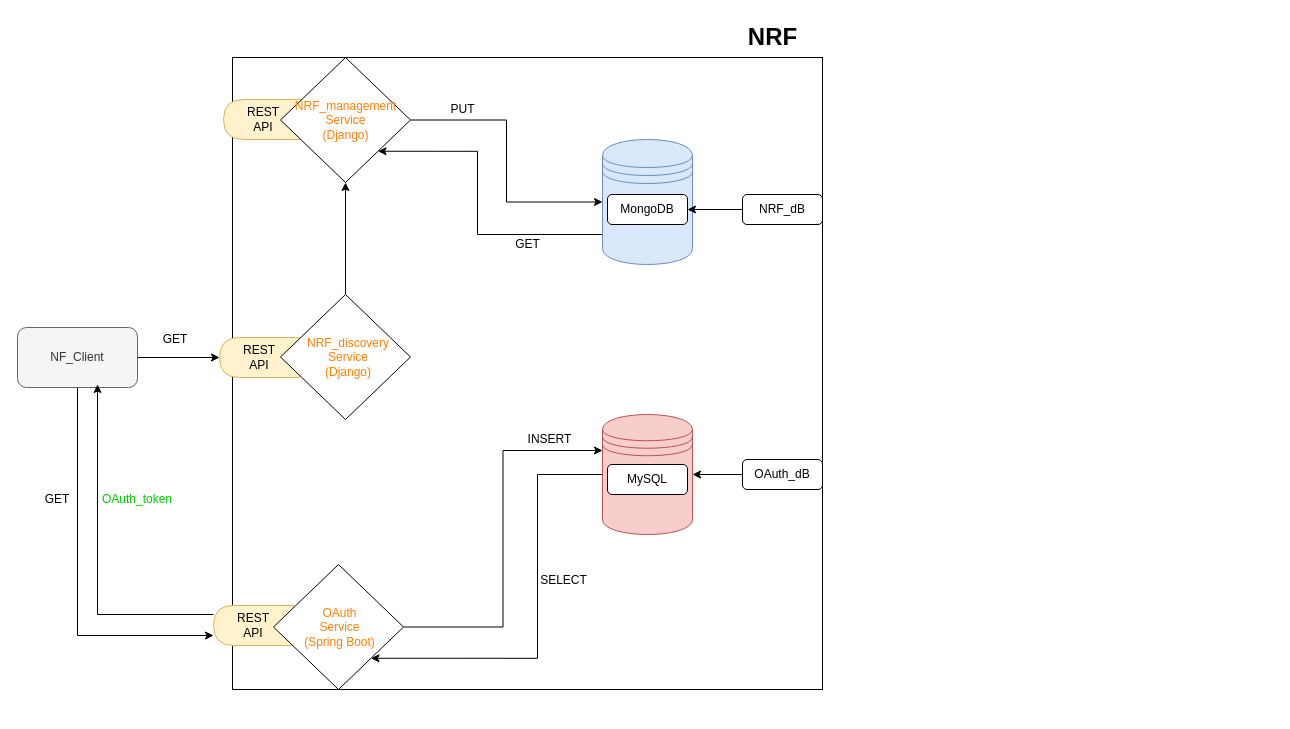
Above: 5GCLab Architecture.drawio in MoussaaK/drf (draw.io), before the change. Source tidied: cells renumbered, new cells numbered last; positions are measured from the earlier drawing's top-left corner, leaving out a move shared by most shapes. Both pictures are drawn from the tidied source at 100%, with x=0, y=0 at pixel (17, 17).
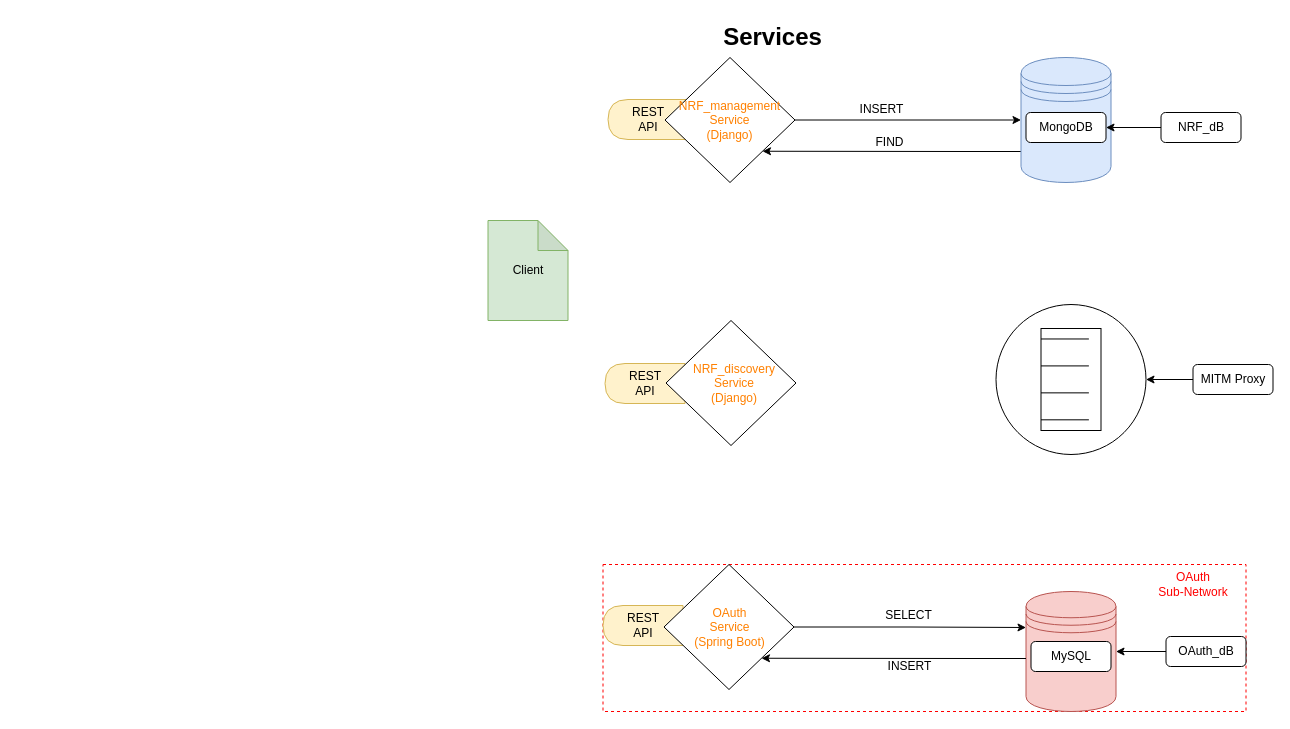
The same page after the edit.

What changed in the source:
```diff
@@
-    <mxCell id="2" style="group;strokeColor=#000000;" parent="1" vertex="1">
-      <mxGeometry x="215" y="40" width="590" height="632" as="geometry" />
-    </mxCell>
+    <mxCell id="29" value="Services" style="text;strokeColor=none;fillColor=none;html=1;fontSize=24;fontStyle=1;verticalAlign=middle;align=center;" parent="1" vertex="1">
+      <mxGeometry x="705" width="100" height="40" as="geometry" />
+    </mxCell>
-    <mxCell id="3" style="edgeStyle=orthogonalEdgeStyle;rounded=0;jettySize=auto;html=1;entryX=1;entryY=1;entryDx=0;entryDy=0;" parent="2" edge="1" source="4" target="15">
+    <mxCell id="3" style="edgeStyle=orthogonalEdgeStyle;rounded=0;jettySize=auto;html=1;entryX=1;entryY=1;entryDx=0;entryDy=0;" parent="1" edge="1" source="4" target="15">
       <mxGeometry relative="1" as="geometry">
         <Array as="points">
-          <mxPoint x="245" y="177" />
-          <mxPoint x="245" y="94" />
+          <mxPoint x="948.5" y="134" />
+          <mxPoint x="948.5" y="134" />
         </Array>
       </mxGeometry>
     </mxCell>
-    <mxCell id="4" style="shape=datastore;whiteSpace=wrap;html=1;fillColor=#dae8fc;strokeColor=#6c8ebf;" parent="2" vertex="1">
-      <mxGeometry x="370" y="82" width="90" height="125" as="geometry" />
+    <mxCell id="4" style="shape=datastore;whiteSpace=wrap;html=1;fillColor=#dae8fc;strokeColor=#6c8ebf;" parent="1" vertex="1">
+      <mxGeometry x="1003.5" y="40" width="90" height="125" as="geometry" />
     </mxCell>
-    <mxCell id="5" value="MongoDB" style="rounded=1;whiteSpace=wrap;html=1;fillColor=#ffffff;gradientColor=none;" parent="2" vertex="1">
-      <mxGeometry x="375" y="137" width="80" height="30" as="geometry" />
+    <mxCell id="5" value="MongoDB" style="rounded=1;whiteSpace=wrap;html=1;fillColor=#ffffff;gradientColor=none;" parent="1" vertex="1">
+      <mxGeometry x="1008.5" y="95" width="80" height="30" as="geometry" />
     </mxCell>
-    <mxCell id="6" style="edgeStyle=orthogonalEdgeStyle;rounded=0;jettySize=auto;html=1;" parent="2" edge="1" source="7" target="5">
+    <mxCell id="6" style="edgeStyle=orthogonalEdgeStyle;rounded=0;jettySize=auto;html=1;" parent="1" edge="1" source="7" target="5">
       <mxGeometry relative="1" as="geometry" />
     </mxCell>
-    <mxCell id="7" value="NRF_dB&lt;br&gt;" style="rounded=1;whiteSpace=wrap;html=1;fillColor=#ffffff;gradientColor=none;" parent="2" vertex="1">
-      <mxGeometry x="510" y="137" width="80" height="30" as="geometry" />
+    <mxCell id="7" value="NRF_dB&lt;br&gt;" style="rounded=1;whiteSpace=wrap;html=1;fillColor=#ffffff;gradientColor=none;" parent="1" vertex="1">
+      <mxGeometry x="1143.5" y="95" width="80" height="30" as="geometry" />
     </mxCell>
+    <mxCell id="14" style="edgeStyle=orthogonalEdgeStyle;rounded=0;jettySize=auto;html=1;" parent="1" edge="1" source="15" target="4">
+      <mxGeometry relative="1" as="geometry" />
+    </mxCell>
+    <mxCell id="25" value="INSERT" style="text;html=1;strokeColor=none;fillColor=none;align=center;verticalAlign=middle;whiteSpace=wrap;rounded=0;" parent="1" vertex="1">
+      <mxGeometry x="831.5" y="82" width="65" height="20" as="geometry" />
+    </mxCell>
+    <mxCell id="37" value="FIND" style="text;html=1;strokeColor=none;fillColor=none;align=center;verticalAlign=middle;whiteSpace=wrap;rounded=0;" parent="1" vertex="1">
+      <mxGeometry x="839.5" y="115" width="65" height="20" as="geometry" />
+    </mxCell>
+    <mxCell id="38" style="group;strokeColor=none;" parent="1" vertex="1">
+      <mxGeometry x="656.5" y="40" width="197" height="632" as="geometry" />
+    </mxCell>
+    <mxCell id="39" style="group;dashed=1;strokeColor=#FF0000;" parent="1" vertex="1">
+      <mxGeometry x="585.5" y="547" width="643" height="147" as="geometry" />
+    </mxCell>
+    <mxCell id="9" style="shape=datastore;whiteSpace=wrap;html=1;fillColor=#f8cecc;strokeColor=#b85450;" parent="39" vertex="1">
+      <mxGeometry x="423" y="27" width="90" height="120" as="geometry" />
+    </mxCell>
+    <mxCell id="11" value="OAuth_dB" style="rounded=1;whiteSpace=wrap;html=1;fillColor=#ffffff;gradientColor=none;" parent="39" vertex="1">
+      <mxGeometry x="563" y="72" width="80" height="30" as="geometry" />
+    </mxCell>
+    <mxCell id="10" style="edgeStyle=orthogonalEdgeStyle;rounded=0;jettySize=auto;html=1;" parent="39" edge="1" source="11" target="9">
+      <mxGeometry relative="1" as="geometry" />
+    </mxCell>
+    <mxCell id="12" value="MySQL" style="rounded=1;whiteSpace=wrap;html=1;fillColor=#ffffff;gradientColor=none;" parent="39" vertex="1">
+      <mxGeometry x="428" y="77" width="80" height="30" as="geometry" />
+    </mxCell>
+    <mxCell id="22" style="edgeStyle=orthogonalEdgeStyle;rounded=0;jettySize=auto;html=1;entryX=0;entryY=0.3;entryDx=0;entryDy=0;" parent="39" edge="1" source="23" target="9">
+      <mxGeometry relative="1" as="geometry" />
+    </mxCell>
+    <mxCell id="27" value="INSERT" style="text;html=1;strokeColor=none;fillColor=none;align=center;verticalAlign=middle;whiteSpace=wrap;rounded=0;" parent="39" vertex="1">
+      <mxGeometry x="274.5" y="92" width="65" height="20" as="geometry" />
+    </mxCell>
+    <mxCell id="28" value="SELECT" style="text;html=1;strokeColor=none;fillColor=none;align=center;verticalAlign=middle;whiteSpace=wrap;rounded=0;" parent="39" vertex="1">
+      <mxGeometry x="273" y="41" width="65" height="20" as="geometry" />
+    </mxCell>
-    <mxCell id="8" style="edgeStyle=orthogonalEdgeStyle;rounded=0;jettySize=auto;html=1;entryX=1;entryY=1;entryDx=0;entryDy=0;" parent="2" edge="1" source="9" target="23">
+    <mxCell id="8" style="edgeStyle=orthogonalEdgeStyle;rounded=0;jettySize=auto;html=1;entryX=1;entryY=1;entryDx=0;entryDy=0;" parent="39" edge="1" source="9" target="23">
       <mxGeometry relative="1" as="geometry">
         <Array as="points">
-          <mxPoint x="305" y="417" />
-          <mxPoint x="305" y="601" />
+          <mxPoint x="368" y="94" />
+          <mxPoint x="368" y="94" />
         </Array>
       </mxGeometry>
     </mxCell>
-    <mxCell id="9" style="shape=datastore;whiteSpace=wrap;html=1;fillColor=#f8cecc;strokeColor=#b85450;" parent="2" vertex="1">
-      <mxGeometry x="370" y="357" width="90" height="120" as="geometry" />
-    </mxCell>
-    <mxCell id="10" style="edgeStyle=orthogonalEdgeStyle;rounded=0;jettySize=auto;html=1;" parent="2" edge="1" source="11" target="9">
-      <mxGeometry relative="1" as="geometry" />
-    </mxCell>
-    <mxCell id="11" value="OAuth_dB" style="rounded=1;whiteSpace=wrap;html=1;fillColor=#ffffff;gradientColor=none;" parent="2" vertex="1">
-      <mxGeometry x="510" y="402" width="80" height="30" as="geometry" />
-    </mxCell>
-    <mxCell id="12" value="MySQL" style="rounded=1;whiteSpace=wrap;html=1;fillColor=#ffffff;gradientColor=none;" parent="2" vertex="1">
-      <mxGeometry x="375" y="407" width="80" height="30" as="geometry" />
-    </mxCell>
+    <mxCell id="40" style="group;" parent="39" vertex="1">
+      <mxGeometry width="191" height="125" as="geometry" />
+    </mxCell>
+    <mxCell id="18" value="REST&lt;br&gt;API&lt;br&gt;" style="shape=delay;whiteSpace=wrap;html=1;strokeColor=#d6b656;fillColor=#fff2cc;direction=west;" parent="40" vertex="1">
+      <mxGeometry y="41" width="80" height="40" as="geometry" />
+    </mxCell>
+    <mxCell id="23" style="rhombus;whiteSpace=wrap;html=1;" parent="40" vertex="1">
+      <mxGeometry x="61" width="130" height="125" as="geometry" />
+    </mxCell>
+    <mxCell id="24" value="&lt;font color=&quot;#ff8000&quot;&gt;OAuth&lt;br&gt;Service&lt;br&gt;(Spring Boot)&lt;/font&gt;&lt;br&gt;" style="text;html=1;strokeColor=none;fillColor=none;align=center;verticalAlign=middle;whiteSpace=wrap;rounded=0;" parent="40" vertex="1">
+      <mxGeometry x="90" y="45" width="73" height="35" as="geometry" />
+    </mxCell>
+    <mxCell id="41" value="&lt;font color=&quot;#ff0000&quot;&gt;OAuth&lt;br&gt;Sub-Network&lt;/font&gt;" style="text;html=1;strokeColor=none;fillColor=none;align=center;verticalAlign=middle;whiteSpace=wrap;rounded=0;dashed=1;" parent="39" vertex="1">
+      <mxGeometry x="540" y="5" width="100" height="30" as="geometry" />
+    </mxCell>
+    <mxCell id="42" style="group;" parent="1" vertex="1">
+      <mxGeometry x="470.5" y="40" width="785" height="397" as="geometry" />
+    </mxCell>
+    <mxCell id="43" style="group;" parent="42" vertex="1">
+      <mxGeometry x="120" width="187" height="125" as="geometry" />
+    </mxCell>
-    <mxCell id="13" value="REST&lt;br&gt;API&lt;br&gt;" style="shape=delay;whiteSpace=wrap;html=1;strokeColor=#d6b656;fillColor=#fff2cc;direction=west;" parent="2" vertex="1">
-      <mxGeometry x="-9" y="42" width="80" height="40" as="geometry" />
+    <mxCell id="13" value="REST&lt;br&gt;API&lt;br&gt;" style="shape=delay;whiteSpace=wrap;html=1;strokeColor=#d6b656;fillColor=#fff2cc;direction=west;" parent="43" vertex="1">
+      <mxGeometry y="42" width="80" height="40" as="geometry" />
     </mxCell>
-    <mxCell id="14" style="edgeStyle=orthogonalEdgeStyle;rounded=0;jettySize=auto;html=1;" parent="2" edge="1" source="15" target="4">
-      <mxGeometry relative="1" as="geometry" />
-    </mxCell>
-    <mxCell id="15" style="rhombus;whiteSpace=wrap;html=1;" parent="2" vertex="1">
-      <mxGeometry x="48" width="130" height="125" as="geometry" />
+    <mxCell id="15" style="rhombus;whiteSpace=wrap;html=1;" parent="43" vertex="1">
+      <mxGeometry x="57" width="130" height="125" as="geometry" />
     </mxCell>
-    <mxCell id="16" value="&lt;font color=&quot;#ff8000&quot;&gt;NRF_management&lt;br&gt;Service&lt;br&gt;(Django)&lt;/font&gt;&lt;br&gt;" style="text;html=1;strokeColor=none;fillColor=none;align=center;verticalAlign=middle;whiteSpace=wrap;rounded=0;" parent="2" vertex="1">
-      <mxGeometry x="85.5" y="45" width="55" height="35" as="geometry" />
+    <mxCell id="16" value="&lt;font color=&quot;#ff8000&quot;&gt;NRF_management&lt;br&gt;Service&lt;br&gt;(Django)&lt;/font&gt;&lt;br&gt;" style="text;html=1;strokeColor=none;fillColor=none;align=center;verticalAlign=middle;whiteSpace=wrap;rounded=0;" parent="43" vertex="1">
+      <mxGeometry x="94.5" y="45" width="55" height="35" as="geometry" />
     </mxCell>
-    <mxCell id="17" value="REST&lt;br&gt;API&lt;br&gt;" style="shape=delay;whiteSpace=wrap;html=1;strokeColor=#d6b656;fillColor=#fff2cc;direction=west;" parent="2" vertex="1">
-      <mxGeometry x="-13" y="280" width="80" height="40" as="geometry" />
+    <mxCell id="17" value="REST&lt;br&gt;API&lt;br&gt;" style="shape=delay;whiteSpace=wrap;html=1;strokeColor=#d6b656;fillColor=#fff2cc;direction=west;" parent="42" vertex="1">
+      <mxGeometry x="117" y="306" width="80" height="40" as="geometry" />
     </mxCell>
-    <mxCell id="18" value="REST&lt;br&gt;API&lt;br&gt;" style="shape=delay;whiteSpace=wrap;html=1;strokeColor=#d6b656;fillColor=#fff2cc;direction=west;" parent="2" vertex="1">
-      <mxGeometry x="-19" y="548" width="80" height="40" as="geometry" />
-    </mxCell>
-    <mxCell id="19" style="edgeStyle=orthogonalEdgeStyle;rounded=0;jettySize=auto;html=1;entryX=0.5;entryY=1;entryDx=0;entryDy=0;" parent="2" edge="1" source="20" target="15">
-      <mxGeometry relative="1" as="geometry" />
-    </mxCell>
-    <mxCell id="20" style="rhombus;whiteSpace=wrap;html=1;" parent="2" vertex="1">
-      <mxGeometry x="48" y="237" width="130" height="125" as="geometry" />
+    <mxCell id="20" style="rhombus;whiteSpace=wrap;html=1;" parent="42" vertex="1">
+      <mxGeometry x="178" y="263" width="130" height="125" as="geometry" />
     </mxCell>
-    <mxCell id="21" value="&lt;font color=&quot;#ff8000&quot;&gt;NRF_discovery&lt;br&gt;Service&lt;br&gt;(Django)&lt;/font&gt;&lt;br&gt;" style="text;html=1;strokeColor=none;fillColor=none;align=center;verticalAlign=middle;whiteSpace=wrap;rounded=0;" parent="2" vertex="1">
-      <mxGeometry x="81" y="282" width="70" height="35" as="geometry" />
+    <mxCell id="21" value="&lt;font color=&quot;#ff8000&quot;&gt;NRF_discovery&lt;br&gt;Service&lt;br&gt;(Django)&lt;/font&gt;&lt;br&gt;" style="text;html=1;strokeColor=none;fillColor=none;align=center;verticalAlign=middle;whiteSpace=wrap;rounded=0;" parent="42" vertex="1">
+      <mxGeometry x="211" y="308" width="70" height="35" as="geometry" />
     </mxCell>
-    <mxCell id="22" style="edgeStyle=orthogonalEdgeStyle;rounded=0;jettySize=auto;html=1;entryX=0;entryY=0.3;entryDx=0;entryDy=0;" parent="2" edge="1" source="23" target="9">
-      <mxGeometry relative="1" as="geometry" />
-    </mxCell>
-    <mxCell id="23" style="rhombus;whiteSpace=wrap;html=1;" parent="2" vertex="1">
-      <mxGeometry x="41" y="507" width="130" height="125" as="geometry" />
-    </mxCell>
-    <mxCell id="24" value="&lt;font color=&quot;#ff8000&quot;&gt;OAuth&lt;br&gt;Service&lt;br&gt;(Spring Boot)&lt;/font&gt;&lt;br&gt;" style="text;html=1;strokeColor=none;fillColor=none;align=center;verticalAlign=middle;whiteSpace=wrap;rounded=0;" parent="2" vertex="1">
-      <mxGeometry x="71" y="552" width="73" height="35" as="geometry" />
-    </mxCell>
-    <mxCell id="25" value="PUT" style="text;html=1;strokeColor=none;fillColor=none;align=center;verticalAlign=middle;whiteSpace=wrap;rounded=0;" parent="2" vertex="1">
-      <mxGeometry x="198" y="42" width="65" height="20" as="geometry" />
-    </mxCell>
-    <mxCell id="26" value="GET" style="text;html=1;strokeColor=none;fillColor=none;align=center;verticalAlign=middle;whiteSpace=wrap;rounded=0;" parent="2" vertex="1">
-      <mxGeometry x="262.5" y="177" width="65" height="20" as="geometry" />
-    </mxCell>
-    <mxCell id="27" value="INSERT" style="text;html=1;strokeColor=none;fillColor=none;align=center;verticalAlign=middle;whiteSpace=wrap;rounded=0;" parent="2" vertex="1">
-      <mxGeometry x="285" y="372" width="65" height="20" as="geometry" />
-    </mxCell>
-    <mxCell id="28" value="SELECT" style="text;html=1;strokeColor=none;fillColor=none;align=center;verticalAlign=middle;whiteSpace=wrap;rounded=0;" parent="2" vertex="1">
-      <mxGeometry x="299" y="513" width="65" height="20" as="geometry" />
-    </mxCell>
-    <mxCell id="29" value="NRF" style="text;strokeColor=none;fillColor=none;html=1;fontSize=24;fontStyle=1;verticalAlign=middle;align=center;" parent="1" vertex="1">
-      <mxGeometry x="705" width="100" height="40" as="geometry" />
-    </mxCell>
-    <mxCell id="30" style="edgeStyle=orthogonalEdgeStyle;rounded=0;jettySize=auto;html=1;" parent="1" edge="1" source="32" target="17">
-      <mxGeometry relative="1" as="geometry" />
-    </mxCell>
-    <mxCell id="31" style="edgeStyle=orthogonalEdgeStyle;rounded=0;jettySize=auto;html=1;entryX=1;entryY=0.25;entryDx=0;entryDy=0;" parent="1" edge="1" source="32" target="18">
-      <mxGeometry relative="1" as="geometry">
-        <Array as="points">
-          <mxPoint x="60" y="618" />
-        </Array>
-      </mxGeometry>
-    </mxCell>
-    <mxCell id="32" value="NF_Client&lt;br&gt;" style="rounded=1;whiteSpace=wrap;html=1;strokeColor=#666666;fillColor=#f5f5f5;fontColor=#333333;" parent="1" vertex="1">
-      <mxGeometry y="310" width="120" height="60" as="geometry" />
-    </mxCell>
-    <mxCell id="33" value="GET&lt;br&gt;" style="text;html=1;strokeColor=none;fillColor=none;align=center;verticalAlign=middle;whiteSpace=wrap;rounded=0;" parent="1" vertex="1">
-      <mxGeometry x="20" y="472" width="40" height="20" as="geometry" />
-    </mxCell>
-    <mxCell id="34" style="edgeStyle=orthogonalEdgeStyle;rounded=0;jettySize=auto;html=1;entryX=0.667;entryY=0.95;entryDx=0;entryDy=0;entryPerimeter=0;" parent="1" edge="1" source="18" target="32">
-      <mxGeometry relative="1" as="geometry">
-        <Array as="points">
-          <mxPoint x="80" y="597" />
-        </Array>
-      </mxGeometry>
-    </mxCell>
-    <mxCell id="35" value="&lt;font color=&quot;#00cc00&quot;&gt;OAuth_token&lt;/font&gt;&lt;br&gt;" style="text;html=1;strokeColor=none;fillColor=none;align=center;verticalAlign=middle;whiteSpace=wrap;rounded=0;" parent="1" vertex="1">
-      <mxGeometry x="80" y="472" width="80" height="20" as="geometry" />
-    </mxCell>
-    <mxCell id="36" value="GET&lt;br&gt;" style="text;html=1;strokeColor=none;fillColor=none;align=center;verticalAlign=middle;whiteSpace=wrap;rounded=0;" parent="1" vertex="1">
-      <mxGeometry x="138" y="312" width="40" height="20" as="geometry" />
-    </mxCell>
+    <mxCell id="44" style="shape=mxgraph.bpmn.shape;html=1;verticalLabelPosition=bottom;labelBackgroundColor=#ffffff;verticalAlign=top;align=center;perimeter=ellipsePerimeter;outlineConnect=0;outline=standard;symbol=conditional;strokeColor=#000000;" parent="42" vertex="1">
+      <mxGeometry x="508" y="247" width="150" height="150" as="geometry" />
+    </mxCell>
+    <mxCell id="45" value="MITM Proxy" style="rounded=1;whiteSpace=wrap;html=1;fillColor=#ffffff;gradientColor=none;" parent="42" vertex="1">
+      <mxGeometry x="705" y="307" width="80" height="30" as="geometry" />
+    </mxCell>
+    <mxCell id="46" value="Client" style="shape=note;whiteSpace=wrap;html=1;backgroundOutline=1;darkOpacity=0.05;strokeColor=#82b366;fillColor=#d5e8d4;" parent="42" vertex="1">
+      <mxGeometry y="163" width="80" height="100" as="geometry" />
+    </mxCell>
+    <mxCell id="47" style="edgeStyle=orthogonalEdgeStyle;rounded=0;jettySize=auto;html=1;" parent="42" edge="1" source="45" target="44">
+      <mxGeometry relative="1" as="geometry" />
+    </mxCell>
```
